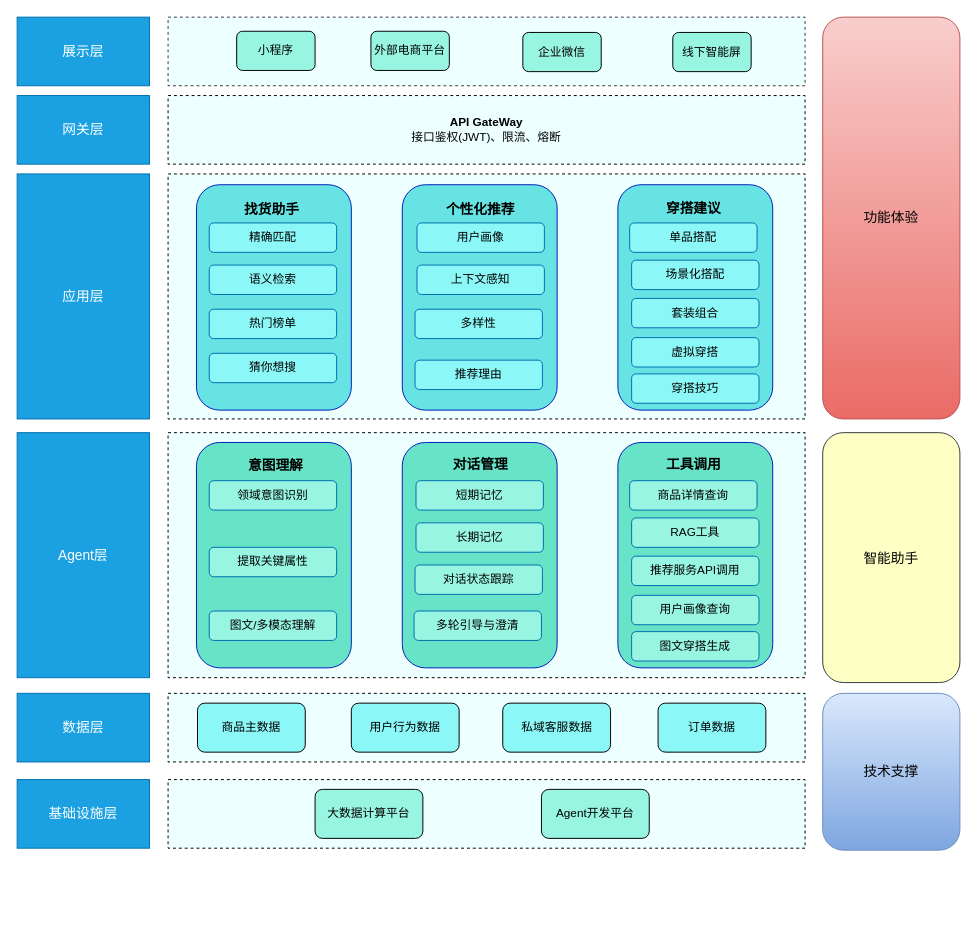
Before: engineering/架构设计/智能导购架构设计图.drawio in Wanke15/wanke15.github.io, a draw.io diagram. Source tidied: cells renumbered, new cells numbered last; positions are measured from the earlier drawing's top-left corner, leaving out a move shared by most shapes. Both pictures are drawn from the tidied source at 98%, with x=0, y=0 at pixel (17, 17).
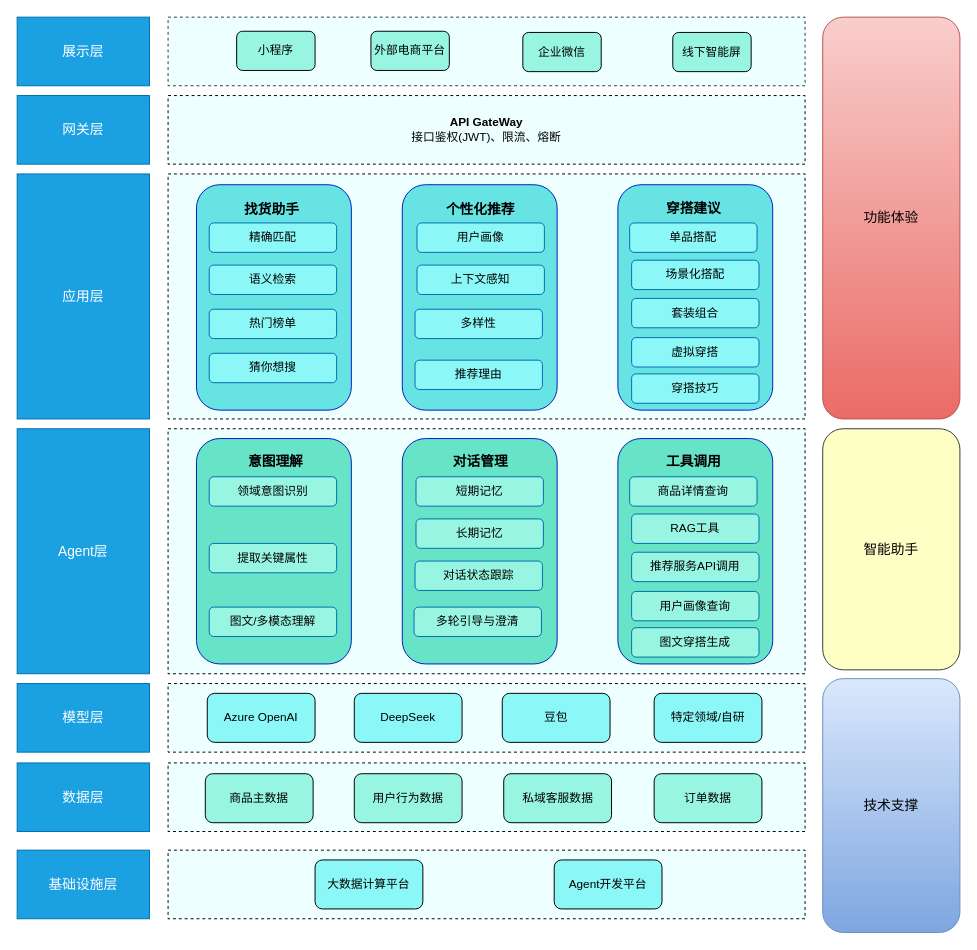
The same page after the edit.

Commit message (it also covers changes not shown here):
更新智能导购架构设计图.drawio

Diff of the diagram source:
```diff
@@
     <mxCell id="7" value="&lt;span style=&quot;font-size: 14px;&quot;&gt;Agent层&lt;/span&gt;" style="rounded=0;whiteSpace=wrap;html=1;fillColor=#1ba1e2;strokeColor=#006EAF;fontColor=#ffffff;" parent="1" vertex="1">
-      <mxGeometry y="424" width="135" height="250" as="geometry" />
+      <mxGeometry y="420" width="135" height="250" as="geometry" />
     </mxCell>
     <mxCell id="8" style="rounded=0;whiteSpace=wrap;html=1;fillColor=#EDFFFF;strokeColor=#000000;dashed=1;" parent="1" vertex="1">
-      <mxGeometry x="154" y="424" width="650" height="250" as="geometry" />
+      <mxGeometry x="154" y="420" width="650" height="250" as="geometry" />
     </mxCell>
     <mxCell id="9" value="&lt;font style=&quot;font-size: 14px;&quot;&gt;数据层&lt;/font&gt;" style="rounded=0;whiteSpace=wrap;html=1;fillColor=#1ba1e2;strokeColor=#006EAF;fontColor=#ffffff;" parent="1" vertex="1">
-      <mxGeometry y="690" width="135" height="70" as="geometry" />
+      <mxGeometry y="761" width="135" height="70" as="geometry" />
     </mxCell>
     <mxCell id="10" style="rounded=0;whiteSpace=wrap;html=1;fillColor=#EDFFFF;strokeColor=#000000;dashed=1;" parent="1" vertex="1">
-      <mxGeometry x="154" y="690" width="650" height="70" as="geometry" />
+      <mxGeometry x="154" y="761" width="650" height="70" as="geometry" />
     </mxCell>
-    <mxCell id="11" value="商品主数据" style="rounded=1;whiteSpace=wrap;html=1;fillColor=#8BF7F7;" parent="1" vertex="1">
-      <mxGeometry x="184" y="700" width="110" height="50" as="geometry" />
+    <mxCell id="11" value="商品主数据" style="rounded=1;whiteSpace=wrap;html=1;fillColor=#98F5E1;" parent="1" vertex="1">
+      <mxGeometry x="192" y="772" width="110" height="50" as="geometry" />
     </mxCell>
-    <mxCell id="12" value="用户行为数据" style="rounded=1;whiteSpace=wrap;html=1;fillColor=#8BF7F7;" parent="1" vertex="1">
-      <mxGeometry x="341" y="700" width="110" height="50" as="geometry" />
+    <mxCell id="12" value="用户行为数据" style="rounded=1;whiteSpace=wrap;html=1;fillColor=#98F5E1;" parent="1" vertex="1">
+      <mxGeometry x="344" y="772" width="110" height="50" as="geometry" />
     </mxCell>
-    <mxCell id="13" value="私域客服数据" style="rounded=1;whiteSpace=wrap;html=1;fillColor=#8BF7F7;" parent="1" vertex="1">
-      <mxGeometry x="495.5" y="700" width="110" height="50" as="geometry" />
+    <mxCell id="13" value="私域客服数据" style="rounded=1;whiteSpace=wrap;html=1;fillColor=#98F5E1;" parent="1" vertex="1">
+      <mxGeometry x="496.5" y="772" width="110" height="50" as="geometry" />
     </mxCell>
     <mxCell id="14" value="&lt;font style=&quot;font-size: 14px;&quot;&gt;基础设施层&lt;/font&gt;" style="rounded=0;whiteSpace=wrap;html=1;fillColor=#1ba1e2;strokeColor=#006EAF;fontColor=#ffffff;" parent="1" vertex="1">
-      <mxGeometry y="778" width="135" height="70" as="geometry" />
+      <mxGeometry y="850" width="135" height="70" as="geometry" />
     </mxCell>
     <mxCell id="15" style="rounded=0;whiteSpace=wrap;html=1;fillColor=#EDFFFF;strokeColor=#000000;dashed=1;" parent="1" vertex="1">
-      <mxGeometry x="154" y="778" width="650" height="70" as="geometry" />
+      <mxGeometry x="154" y="850" width="650" height="70" as="geometry" />
     </mxCell>
-    <mxCell id="16" value="大数据计算平台" style="rounded=1;whiteSpace=wrap;html=1;fillColor=#98F5E1;" parent="1" vertex="1">
-      <mxGeometry x="304" y="788" width="110" height="50" as="geometry" />
+    <mxCell id="16" value="大数据计算平台" style="rounded=1;whiteSpace=wrap;html=1;fillColor=#8BF7F7;" parent="1" vertex="1">
+      <mxGeometry x="304" y="860" width="110" height="50" as="geometry" />
     </mxCell>
-    <mxCell id="17" value="Agent开发平台" style="rounded=1;whiteSpace=wrap;html=1;fillColor=#98F5E1;" parent="1" vertex="1">
-      <mxGeometry x="535" y="788" width="110" height="50" as="geometry" />
+    <mxCell id="17" value="Agent开发平台" style="rounded=1;whiteSpace=wrap;html=1;fillColor=#8BF7F7;" parent="1" vertex="1">
+      <mxGeometry x="548" y="860" width="110" height="50" as="geometry" />
     </mxCell>
@@
     <mxCell id="24" value="&lt;font style=&quot;font-size: 14px;&quot;&gt;技术支撑&lt;/font&gt;" style="rounded=1;whiteSpace=wrap;html=1;gradientColor=#7ea6e0;fillColor=#dae8fc;strokeColor=#6c8ebf;" parent="1" vertex="1">
-      <mxGeometry x="822" y="690" width="140" height="160" as="geometry" />
+      <mxGeometry x="822" y="675" width="140" height="259" as="geometry" />
     </mxCell>
     <mxCell id="25" value="&lt;font style=&quot;font-size: 14px;&quot;&gt;智能助手&lt;/font&gt;" style="rounded=1;whiteSpace=wrap;html=1;strokeColor=#36393d;gradientDirection=south;fillColor=#FDFFC4;" parent="1" vertex="1">
-      <mxGeometry x="822" y="424" width="140" height="255" as="geometry" />
+      <mxGeometry x="822" y="420" width="140" height="246" as="geometry" />
     </mxCell>
@@
-    <mxCell id="45" value="订单数据" style="rounded=1;whiteSpace=wrap;html=1;fillColor=#8BF7F7;" parent="1" vertex="1">
-      <mxGeometry x="654" y="700" width="110" height="50" as="geometry" />
+    <mxCell id="45" value="订单数据" style="rounded=1;whiteSpace=wrap;html=1;fillColor=#98F5E1;" parent="1" vertex="1">
+      <mxGeometry x="650" y="772" width="110" height="50" as="geometry" />
     </mxCell>
     <mxCell id="46" value="&lt;div style=&quot;&quot;&gt;&lt;br&gt;&lt;/div&gt;" style="rounded=1;whiteSpace=wrap;html=1;align=center;fillColor=#67E3C8;fontColor=#ffffff;strokeColor=#001DBC;" parent="1" vertex="1">
-      <mxGeometry x="183" y="434" width="158" height="230" as="geometry" />
+      <mxGeometry x="183" y="430" width="158" height="230" as="geometry" />
     </mxCell>
     <mxCell id="47" value="&lt;span style=&quot;color: rgb(0, 0, 0);&quot;&gt;领域意图识别&lt;/span&gt;" style="rounded=1;whiteSpace=wrap;html=1;fillColor=#98F5E1;fontColor=#ffffff;strokeColor=#006EAF;" parent="1" vertex="1">
-      <mxGeometry x="196" y="473" width="130" height="30" as="geometry" />
+      <mxGeometry x="196" y="469" width="130" height="30" as="geometry" />
     </mxCell>
     <mxCell id="48" value="&lt;font style=&quot;font-size: 14px;&quot;&gt;&lt;b&gt;意图理解&lt;/b&gt;&lt;/font&gt;" style="text;html=1;whiteSpace=wrap;strokeColor=none;fillColor=none;align=center;verticalAlign=middle;rounded=0;" parent="1" vertex="1">
-      <mxGeometry x="224" y="443" width="80" height="30" as="geometry" />
+      <mxGeometry x="224" y="439" width="80" height="30" as="geometry" />
     </mxCell>
     <mxCell id="49" value="&lt;div style=&quot;&quot;&gt;&lt;br&gt;&lt;/div&gt;" style="rounded=1;whiteSpace=wrap;html=1;align=center;fillColor=#67E3C8;fontColor=#ffffff;strokeColor=#001DBC;" parent="1" vertex="1">
-      <mxGeometry x="393" y="434" width="158" height="230" as="geometry" />
+      <mxGeometry x="393" y="430" width="158" height="230" as="geometry" />
     </mxCell>
     <mxCell id="50" value="&lt;font style=&quot;color: rgb(0, 0, 0);&quot;&gt;短期记忆&lt;/font&gt;" style="rounded=1;whiteSpace=wrap;html=1;fillColor=#98F5E1;fontColor=#ffffff;strokeColor=#006EAF;" parent="1" vertex="1">
-      <mxGeometry x="407" y="473" width="130" height="30" as="geometry" />
+      <mxGeometry x="407" y="469" width="130" height="30" as="geometry" />
     </mxCell>
     <mxCell id="51" value="&lt;span style=&quot;font-size: 14px;&quot;&gt;&lt;b&gt;对话管理&lt;/b&gt;&lt;/span&gt;" style="text;html=1;whiteSpace=wrap;strokeColor=none;fillColor=none;align=center;verticalAlign=middle;rounded=0;" parent="1" vertex="1">
-      <mxGeometry x="433" y="442" width="80" height="30" as="geometry" />
+      <mxGeometry x="433" y="438" width="80" height="30" as="geometry" />
     </mxCell>
     <mxCell id="52" value="&lt;div style=&quot;&quot;&gt;&lt;br&gt;&lt;/div&gt;" style="rounded=1;whiteSpace=wrap;html=1;align=center;fillColor=#67E3C8;fontColor=#ffffff;strokeColor=#001DBC;" parent="1" vertex="1">
-      <mxGeometry x="613" y="434" width="158" height="230" as="geometry" />
+      <mxGeometry x="613" y="430" width="158" height="230" as="geometry" />
     </mxCell>
     <mxCell id="53" value="&lt;font style=&quot;color: rgb(0, 0, 0);&quot;&gt;商品详情查询&lt;/font&gt;" style="rounded=1;whiteSpace=wrap;html=1;fillColor=#98F5E1;fontColor=#ffffff;strokeColor=#006EAF;" parent="1" vertex="1">
-      <mxGeometry x="625" y="473" width="130" height="30" as="geometry" />
+      <mxGeometry x="625" y="469" width="130" height="30" as="geometry" />
     </mxCell>
     <mxCell id="54" value="&lt;font style=&quot;font-size: 14px;&quot;&gt;&lt;b&gt;工具调用&lt;/b&gt;&lt;/font&gt;" style="text;html=1;whiteSpace=wrap;strokeColor=none;fillColor=none;align=center;verticalAlign=middle;rounded=0;" parent="1" vertex="1">
-      <mxGeometry x="658" y="442" width="65" height="30" as="geometry" />
+      <mxGeometry x="658" y="438" width="65" height="30" as="geometry" />
     </mxCell>
     <mxCell id="55" value="&lt;font color=&quot;#000000&quot;&gt;提取关键属性&lt;/font&gt;" style="rounded=1;whiteSpace=wrap;html=1;fillColor=#98F5E1;fontColor=#ffffff;strokeColor=#006EAF;" parent="1" vertex="1">
-      <mxGeometry x="196" y="541" width="130" height="30" as="geometry" />
+      <mxGeometry x="196" y="537" width="130" height="30" as="geometry" />
     </mxCell>
     <mxCell id="56" value="&lt;font color=&quot;#000000&quot;&gt;图文/多模态理解&lt;/font&gt;" style="rounded=1;whiteSpace=wrap;html=1;fillColor=#98F5E1;fontColor=#ffffff;strokeColor=#006EAF;" parent="1" vertex="1">
-      <mxGeometry x="196" y="606" width="130" height="30" as="geometry" />
+      <mxGeometry x="196" y="602" width="130" height="30" as="geometry" />
     </mxCell>
     <mxCell id="57" value="&lt;font style=&quot;color: rgb(0, 0, 0);&quot;&gt;长期记忆&lt;/font&gt;" style="rounded=1;whiteSpace=wrap;html=1;fillColor=#98F5E1;fontColor=#ffffff;strokeColor=#006EAF;" parent="1" vertex="1">
-      <mxGeometry x="407" y="516" width="130" height="30" as="geometry" />
+      <mxGeometry x="407" y="512" width="130" height="30" as="geometry" />
     </mxCell>
     <mxCell id="58" value="&lt;font style=&quot;color: rgb(0, 0, 0);&quot;&gt;对话状态跟踪&lt;/font&gt;" style="rounded=1;whiteSpace=wrap;html=1;fillColor=#98F5E1;fontColor=#ffffff;strokeColor=#006EAF;" parent="1" vertex="1">
-      <mxGeometry x="406" y="559" width="130" height="30" as="geometry" />
+      <mxGeometry x="406" y="555" width="130" height="30" as="geometry" />
     </mxCell>
     <mxCell id="59" value="&lt;font style=&quot;color: rgb(0, 0, 0);&quot;&gt;RAG工具&lt;/font&gt;" style="rounded=1;whiteSpace=wrap;html=1;fillColor=#98F5E1;fontColor=#ffffff;strokeColor=#006EAF;" parent="1" vertex="1">
-      <mxGeometry x="627" y="511" width="130" height="30" as="geometry" />
+      <mxGeometry x="627" y="507" width="130" height="30" as="geometry" />
     </mxCell>
     <mxCell id="60" value="&lt;font color=&quot;#000000&quot;&gt;推荐服务API调用&lt;/font&gt;" style="rounded=1;whiteSpace=wrap;html=1;fillColor=#98F5E1;fontColor=#ffffff;strokeColor=#006EAF;" parent="1" vertex="1">
-      <mxGeometry x="627" y="550" width="130" height="30" as="geometry" />
+      <mxGeometry x="627" y="546" width="130" height="30" as="geometry" />
     </mxCell>
     <mxCell id="61" value="&lt;font color=&quot;#000000&quot;&gt;图文穿搭生成&lt;/font&gt;" style="rounded=1;whiteSpace=wrap;html=1;fillColor=#98F5E1;fontColor=#ffffff;strokeColor=#006EAF;" parent="1" vertex="1">
-      <mxGeometry x="627" y="627" width="130" height="30" as="geometry" />
+      <mxGeometry x="627" y="623" width="130" height="30" as="geometry" />
     </mxCell>
     <mxCell id="62" value="&lt;font color=&quot;#000000&quot;&gt;用户画像查询&lt;/font&gt;" style="rounded=1;whiteSpace=wrap;html=1;fillColor=#98F5E1;fontColor=#ffffff;strokeColor=#006EAF;" parent="1" vertex="1">
-      <mxGeometry x="627" y="590" width="130" height="30" as="geometry" />
+      <mxGeometry x="627" y="586" width="130" height="30" as="geometry" />
     </mxCell>
     <mxCell id="63" value="&lt;font style=&quot;color: rgb(0, 0, 0);&quot;&gt;多轮引导与澄清&lt;/font&gt;" style="rounded=1;whiteSpace=wrap;html=1;fillColor=#98F5E1;fontColor=#ffffff;strokeColor=#006EAF;" parent="1" vertex="1">
-      <mxGeometry x="405" y="606" width="130" height="30" as="geometry" />
+      <mxGeometry x="405" y="602" width="130" height="30" as="geometry" />
     </mxCell>
+    <mxCell id="64" value="&lt;font style=&quot;font-size: 14px;&quot;&gt;模型层&lt;/font&gt;" style="rounded=0;whiteSpace=wrap;html=1;fillColor=#1ba1e2;strokeColor=#006EAF;fontColor=#ffffff;" parent="1" vertex="1">
+      <mxGeometry y="680" width="135" height="70" as="geometry" />
+    </mxCell>
+    <mxCell id="65" style="rounded=0;whiteSpace=wrap;html=1;fillColor=#EDFFFF;strokeColor=#000000;dashed=1;" parent="1" vertex="1">
+      <mxGeometry x="154" y="680" width="650" height="70" as="geometry" />
+    </mxCell>
+    <mxCell id="66" value="Azure OpenAI" style="rounded=1;whiteSpace=wrap;html=1;fillColor=#8BF7F7;" parent="1" vertex="1">
+      <mxGeometry x="194" y="690" width="110" height="50" as="geometry" />
+    </mxCell>
+    <mxCell id="67" value="特定领域/自研" style="rounded=1;whiteSpace=wrap;html=1;fillColor=#8BF7F7;" parent="1" vertex="1">
+      <mxGeometry x="650" y="690" width="110" height="50" as="geometry" />
+    </mxCell>
+    <mxCell id="68" value="DeepSeek" style="rounded=1;whiteSpace=wrap;html=1;fillColor=#8BF7F7;" parent="1" vertex="1">
+      <mxGeometry x="344" y="690" width="110" height="50" as="geometry" />
+    </mxCell>
+    <mxCell id="69" value="豆包" style="rounded=1;whiteSpace=wrap;html=1;fillColor=#8BF7F7;" parent="1" vertex="1">
+      <mxGeometry x="495" y="690" width="110" height="50" as="geometry" />
+    </mxCell>
```
